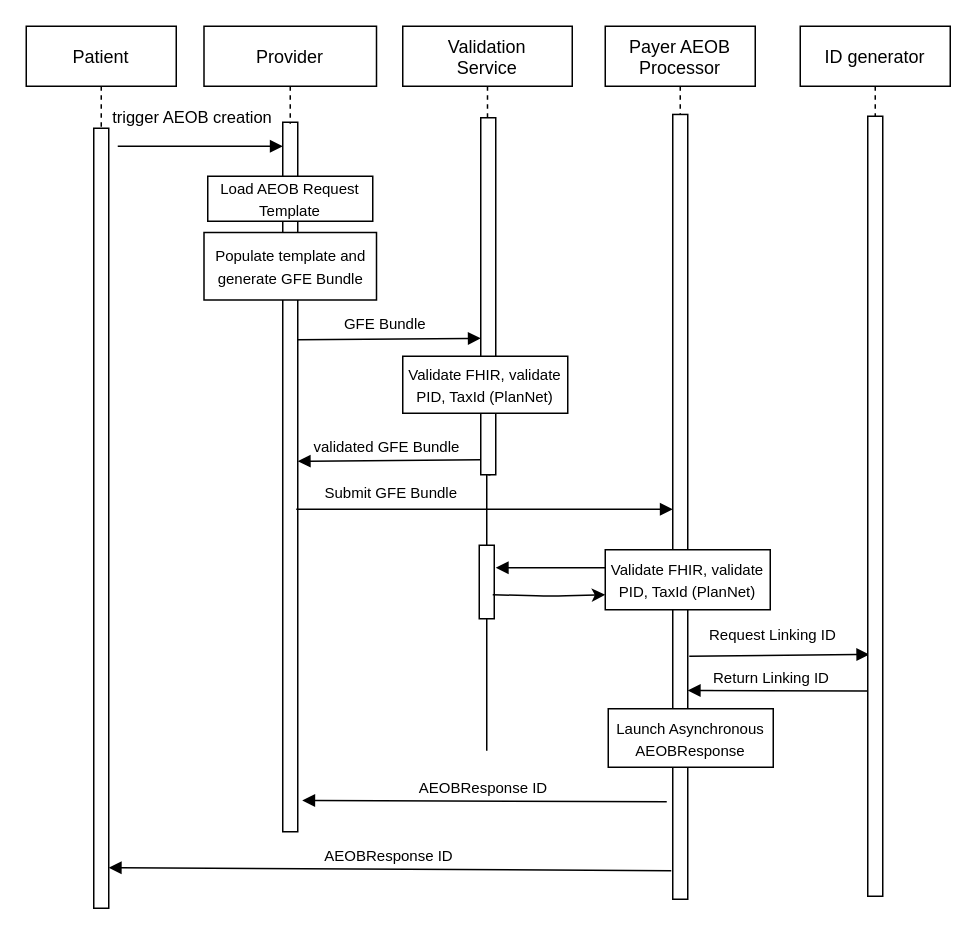
The draw.io diagram input/images/SubmitAEOB.drawio in HL7/davinci-pct, before the edit. Source tidied: cells renumbered, new cells numbered last; positions are measured from the earlier drawing's top-left corner, leaving out a move shared by most shapes. Both pictures are drawn from the tidied source at 150%, with x=0, y=0 at pixel (26, 26).
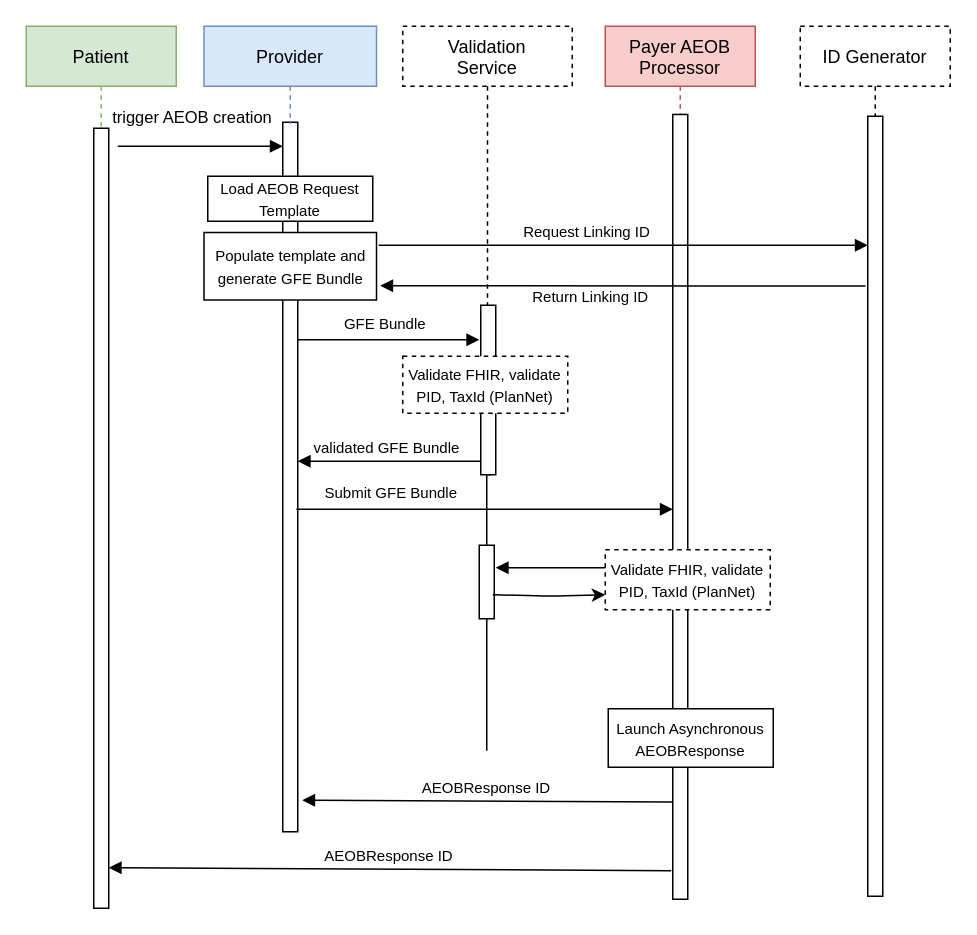
Above is the later version.

The change refers to these unchanged cells:
```xml
<mxCell id="4" style="points=[];perimeter=orthogonalPerimeter;rounded=0;shadow=0;strokeWidth=1;" parent="1" vertex="1">
  <mxGeometry x="171" y="64" width="10" height="473" as="geometry" />
</mxCell>
<mxCell id="9" style="points=[];perimeter=orthogonalPerimeter;rounded=0;shadow=0;strokeWidth=1;" parent="1" vertex="1">
  <mxGeometry x="431" y="58.8" width="10" height="523.2" as="geometry" />
</mxCell>
<mxCell id="25" style="points=[];perimeter=orthogonalPerimeter;rounded=0;shadow=0;strokeWidth=1;" parent="1" vertex="1">
  <mxGeometry x="561" y="60" width="10" height="520" as="geometry" />
</mxCell>
```

Change to the diagram source:
```diff
@@
-    <mxCell id="5" value="Provider" style="shape=umlLifeline;perimeter=lifelinePerimeter;rounded=0;shadow=0;strokeWidth=1;" parent="1" vertex="1">
+    <mxCell id="5" value="Provider" style="shape=umlLifeline;perimeter=lifelinePerimeter;rounded=0;shadow=0;strokeWidth=1;fillColor=#dae8fc;strokeColor=#6c8ebf;" parent="1" vertex="1">
       <mxGeometry x="118.5" width="115" height="65" as="geometry" />
     </mxCell>
@@
-    <mxCell id="8" value="Payer AEOB&#10;Processor" style="shape=umlLifeline;perimeter=lifelinePerimeter;rounded=0;shadow=0;strokeWidth=1;" parent="1" vertex="1">
+    <mxCell id="8" value="Payer AEOB&#10;Processor" style="shape=umlLifeline;perimeter=lifelinePerimeter;rounded=0;shadow=0;strokeWidth=1;fillColor=#f8cecc;strokeColor=#b85450;" parent="1" vertex="1">
       <mxGeometry x="386" width="100" height="443" as="geometry" />
     </mxCell>
@@
-    <mxCell id="11" value="Patient" style="shape=umlLifeline;perimeter=lifelinePerimeter;rounded=0;shadow=0;strokeWidth=1;" parent="1" vertex="1">
+    <mxCell id="11" value="Patient" style="shape=umlLifeline;perimeter=lifelinePerimeter;rounded=0;shadow=0;strokeWidth=1;fillColor=#d5e8d4;strokeColor=#82b366;" parent="1" vertex="1">
       <mxGeometry width="100" height="588" as="geometry" />
     </mxCell>
@@
-    <mxCell id="13" value="Validation&#10;Service" style="shape=umlLifeline;perimeter=lifelinePerimeter;rounded=0;shadow=0;strokeWidth=1;" parent="1" vertex="1">
+    <mxCell id="13" value="Validation&#10;Service" style="shape=umlLifeline;perimeter=lifelinePerimeter;rounded=0;shadow=0;strokeWidth=1;dashed=1;" parent="1" vertex="1">
       <mxGeometry x="251" width="113" height="299" as="geometry" />
     </mxCell>
     <mxCell id="14" style="points=[];perimeter=orthogonalPerimeter;rounded=0;shadow=0;strokeWidth=1;" parent="13" vertex="1">
-      <mxGeometry x="52" y="61" width="10" height="238" as="geometry" />
+      <mxGeometry x="52" y="186" width="10" height="113" as="geometry" />
     </mxCell>
-    <mxCell id="15" value="&lt;font style=&quot;font-size: 10px&quot;&gt;Validate FHIR, validate PID, TaxId (PlanNet)&lt;/font&gt;" style="rounded=0;whiteSpace=wrap;html=1;" parent="13" vertex="1">
+    <mxCell id="15" value="&lt;font style=&quot;font-size: 10px&quot;&gt;Validate FHIR, validate PID, TaxId (PlanNet)&lt;/font&gt;" style="rounded=0;whiteSpace=wrap;html=1;dashed=1;" parent="13" vertex="1">
       <mxGeometry y="220" width="110" height="38" as="geometry" />
     </mxCell>
-    <mxCell id="16" value="ID generator" style="shape=umlLifeline;perimeter=lifelinePerimeter;rounded=0;shadow=0;strokeWidth=1;" parent="1" vertex="1">
+    <mxCell id="16" value="ID Generator" style="shape=umlLifeline;perimeter=lifelinePerimeter;rounded=0;shadow=0;strokeWidth=1;dashed=1;" parent="1" vertex="1">
       <mxGeometry x="516" width="100" height="535" as="geometry" />
     </mxCell>
@@
-    <mxCell id="18" style="verticalAlign=bottom;endArrow=block;entryX=0;entryY=0.618;shadow=0;strokeWidth=1;entryDx=0;entryDy=0;entryPerimeter=0;" parent="1" edge="1" target="14">
+    <mxCell id="18" style="verticalAlign=bottom;endArrow=block;shadow=0;strokeWidth=1;" parent="1" edge="1">
       <mxGeometry relative="1" as="geometry">
         <mxPoint x="181" y="209" as="sourcePoint" />
+        <mxPoint x="302" y="209" as="targetPoint" />
       </mxGeometry>
     </mxCell>
-    <mxCell id="19" value="validated GFE Bundle " style="verticalAlign=bottom;endArrow=block;entryX=1;entryY=0;shadow=0;strokeWidth=1;fontSize=10;exitX=0;exitY=0.958;exitDx=0;exitDy=0;exitPerimeter=0;" parent="1" edge="1" source="14">
+    <mxCell id="19" value="validated GFE Bundle " style="verticalAlign=bottom;endArrow=block;entryX=1;entryY=0;shadow=0;strokeWidth=1;fontSize=10;" parent="1" edge="1">
       <mxGeometry relative="1" as="geometry">
+        <mxPoint x="303" y="290" as="sourcePoint" />
         <mxPoint x="181" y="290" as="targetPoint" />
       </mxGeometry>
     </mxCell>
@@
-    <mxCell id="22" value="Request Linking ID" style="verticalAlign=bottom;endArrow=block;shadow=0;strokeWidth=1;fontSize=10;entryX=0.1;entryY=0.69;entryDx=0;entryDy=0;entryPerimeter=0;" parent="1" edge="1" target="25">
-      <mxGeometry x="-0.07" y="5" relative="1" as="geometry">
-        <mxPoint x="442" y="420" as="sourcePoint" />
+    <mxCell id="22" value="Request Linking ID" style="verticalAlign=bottom;endArrow=block;shadow=0;strokeWidth=1;fontSize=10;entryX=0.1;entryY=0.69;entryDx=0;entryDy=0;entryPerimeter=0;" parent="1" edge="1">
+      <mxGeometry x="-0.15" relative="1" as="geometry">
+        <mxPoint x="235" y="146" as="sourcePoint" />
+        <mxPoint x="561" y="146" as="targetPoint" />
       </mxGeometry>
     </mxCell>
-    <mxCell id="23" value="&lt;font style=&quot;font-size: 10px&quot;&gt;Validate FHIR, validate PID, TaxId (PlanNet)&lt;/font&gt;" style="rounded=0;whiteSpace=wrap;html=1;" parent="1" vertex="1">
+    <mxCell id="23" value="&lt;font style=&quot;font-size: 10px&quot;&gt;Validate FHIR, validate PID, TaxId (PlanNet)&lt;/font&gt;" style="rounded=0;whiteSpace=wrap;html=1;dashed=1;" parent="1" vertex="1">
       <mxGeometry x="386" y="349" width="110" height="40" as="geometry" />
     </mxCell>
-    <mxCell id="24" value="Return Linking ID" style="verticalAlign=bottom;endArrow=block;entryX=1;entryY=0.734;shadow=0;strokeWidth=1;fontSize=10;entryDx=0;entryDy=0;entryPerimeter=0;exitX=0;exitY=0.737;exitDx=0;exitDy=0;exitPerimeter=0;" parent="1" edge="1" source="25" target="9">
-      <mxGeometry x="0.07" relative="1" as="geometry" />
-    </mxCell>
@@
-    <mxCell id="26" value="AEOBResponse ID" style="verticalAlign=bottom;endArrow=block;shadow=0;strokeWidth=1;fontSize=10;entryX=1.3;entryY=0.956;entryDx=0;entryDy=0;entryPerimeter=0;" parent="1" edge="1" target="4">
+    <mxCell id="26" value="AEOBResponse ID" style="verticalAlign=bottom;endArrow=block;shadow=0;strokeWidth=1;fontSize=10;exitX=0;exitY=0.876;exitDx=0;exitDy=0;exitPerimeter=0;" parent="1" edge="1" source="9">
       <mxGeometry relative="1" as="geometry">
-        <mxPoint x="427" y="517" as="sourcePoint" />
+        <mxPoint x="184" y="516" as="targetPoint" />
       </mxGeometry>
     </mxCell>
@@
+    <mxCell id="24" value="Return Linking ID" style="verticalAlign=bottom;endArrow=block;shadow=0;strokeWidth=1;fontSize=10;" parent="1" edge="1">
+      <mxGeometry x="0.13" y="16" relative="1" as="geometry">
+        <mxPoint x="559.5" y="173.2" as="sourcePoint" />
+        <mxPoint x="236" y="173" as="targetPoint" />
+        <Array as="points">
+          <mxPoint x="536" y="173.2" />
+          <mxPoint x="466" y="173.2" />
+        </Array>
+      </mxGeometry>
+    </mxCell>
```
